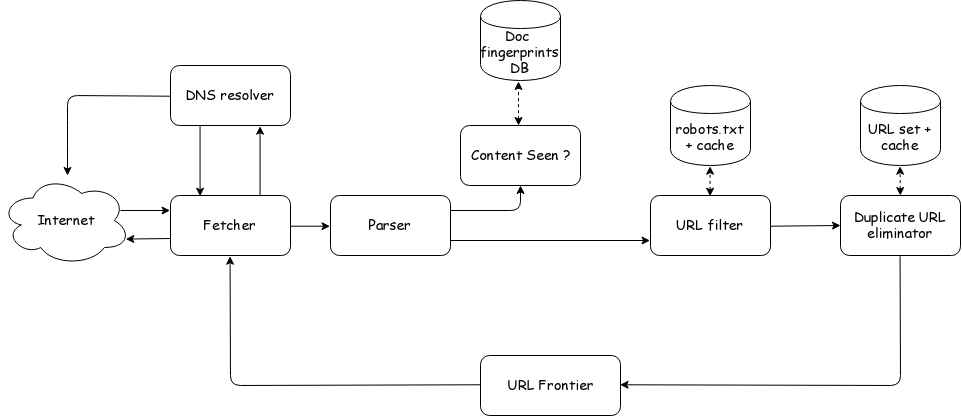
The draw.io diagram media/crawler/basic-crawler-architecture-v2.png in rihenperry/csuci-mscs-thesis-dist-web-crawler, before a commit. Source tidied: cells renumbered, new cells last; positions are measured from the earlier drawing's top-left corner, leaving out a move shared by most shapes. Its diagram source:
```xml
<mxGraphModel>
  <root>
    <mxCell id="0" />
    <mxCell id="1" parent="0" />
    <mxCell id="2" value="Internet" style="ellipse;shape=cloud;whiteSpace=wrap;html=1;fontFamily=Comic Sans MS;fontSize=14;" parent="1" vertex="1">
      <mxGeometry y="175" width="130" height="90" as="geometry" />
    </mxCell>
    <mxCell id="3" value="Fetcher" style="rounded=1;whiteSpace=wrap;html=1;fontFamily=Comic Sans MS;fontSize=14;labelBackgroundColor=none;fillColor=#FFFFFF;" parent="1" vertex="1">
      <mxGeometry x="170" y="195" width="120" height="60" as="geometry" />
    </mxCell>
    <mxCell id="4" value="DNS resolver" style="rounded=1;whiteSpace=wrap;html=1;fontFamily=Comic Sans MS;fontSize=14;labelBackgroundColor=none;fillColor=#FFFFFF;" parent="1" vertex="1">
      <mxGeometry x="170" y="65" width="120" height="60" as="geometry" />
    </mxCell>
    <mxCell id="5" value="Parser" style="rounded=1;whiteSpace=wrap;html=1;fontFamily=Comic Sans MS;fontSize=14;labelBackgroundColor=none;fillColor=#FFFFFF;" parent="1" vertex="1">
      <mxGeometry x="330" y="195" width="120" height="60" as="geometry" />
    </mxCell>
    <mxCell id="6" value="URL filter" style="rounded=1;whiteSpace=wrap;html=1;fontFamily=Comic Sans MS;fontSize=14;fillColor=#FFFFFF;" parent="1" vertex="1">
      <mxGeometry x="650" y="195" width="120" height="60" as="geometry" />
    </mxCell>
    <mxCell id="7" value="Duplicate URL eliminator" style="rounded=1;whiteSpace=wrap;html=1;fontFamily=Comic Sans MS;fontSize=14;fillColor=#FFFFFF;" parent="1" vertex="1">
      <mxGeometry x="840" y="195" width="120" height="60" as="geometry" />
    </mxCell>
    <mxCell id="8" value="URL Frontier" style="rounded=1;whiteSpace=wrap;html=1;fontFamily=Comic Sans MS;fontSize=14;" parent="1" vertex="1">
      <mxGeometry x="480" y="355" width="140" height="60" as="geometry" />
    </mxCell>
    <mxCell id="9" value="Doc&amp;nbsp;&lt;br style=&quot;font-size: 14px&quot;&gt;fingerprints&lt;br&gt;DB&lt;br style=&quot;font-size: 14px&quot;&gt;" style="shape=cylinder;whiteSpace=wrap;html=1;boundedLbl=1;backgroundOutline=1;fontFamily=Comic Sans MS;fontSize=14;" parent="1" vertex="1">
      <mxGeometry x="480" width="80" height="80" as="geometry" />
    </mxCell>
    <mxCell id="10" value="robots.txt + cache" style="shape=cylinder;whiteSpace=wrap;html=1;boundedLbl=1;backgroundOutline=1;fontFamily=Comic Sans MS;fontSize=14;" parent="1" vertex="1">
      <mxGeometry x="670" y="85" width="80" height="80" as="geometry" />
    </mxCell>
    <mxCell id="11" value="URL set + cache" style="shape=cylinder;whiteSpace=wrap;html=1;boundedLbl=1;backgroundOutline=1;fontFamily=Comic Sans MS;fontSize=14;" parent="1" vertex="1">
      <mxGeometry x="860" y="85" width="80" height="80" as="geometry" />
    </mxCell>
    <mxCell id="12" style="endArrow=classic;html=1;entryX=0.96;entryY=0.7;entryDx=0;entryDy=0;entryPerimeter=0;fontFamily=Comic Sans MS;" parent="1" edge="1" target="2">
      <mxGeometry relative="1" as="geometry">
        <mxPoint x="170" y="238" as="sourcePoint" />
      </mxGeometry>
    </mxCell>
    <mxCell id="13" style="endArrow=classic;html=1;entryX=0;entryY=0.25;entryDx=0;entryDy=0;fontFamily=Comic Sans MS;" parent="1" edge="1" target="3">
      <mxGeometry relative="1" as="geometry">
        <mxPoint x="120" y="210" as="sourcePoint" />
      </mxGeometry>
    </mxCell>
    <mxCell id="14" style="endArrow=classic;html=1;exitX=0.75;exitY=0;exitDx=0;exitDy=0;entryX=0.75;entryY=1;entryDx=0;entryDy=0;fontFamily=Comic Sans MS;" parent="1" edge="1" source="3" target="4">
      <mxGeometry relative="1" as="geometry" />
    </mxCell>
    <mxCell id="15" style="endArrow=classic;html=1;exitX=0.25;exitY=1;exitDx=0;exitDy=0;entryX=0.25;entryY=0;entryDx=0;entryDy=0;fontFamily=Comic Sans MS;" parent="1" edge="1" source="4" target="3">
      <mxGeometry relative="1" as="geometry" />
    </mxCell>
    <mxCell id="16" style="endArrow=classic;html=1;exitX=0;exitY=0.5;exitDx=0;exitDy=0;fontFamily=Comic Sans MS;" parent="1" edge="1" source="4">
      <mxGeometry relative="1" as="geometry">
        <mxPoint x="67" y="175" as="targetPoint" />
        <Array as="points">
          <mxPoint x="67" y="95" />
          <mxPoint x="67" y="135" />
        </Array>
      </mxGeometry>
    </mxCell>
    <mxCell id="17" style="endArrow=classic;html=1;entryX=0.5;entryY=1;entryDx=0;entryDy=0;exitX=0;exitY=0.5;exitDx=0;exitDy=0;fontFamily=Comic Sans MS;" parent="1" edge="1" source="8" target="3">
      <mxGeometry relative="1" as="geometry">
        <Array as="points">
          <mxPoint x="230" y="385" />
        </Array>
      </mxGeometry>
    </mxCell>
    <mxCell id="18" style="endArrow=classic;html=1;exitX=1;exitY=0.5;exitDx=0;exitDy=0;entryX=0;entryY=0.5;entryDx=0;entryDy=0;fontFamily=Comic Sans MS;" parent="1" edge="1" source="3" target="5">
      <mxGeometry relative="1" as="geometry" />
    </mxCell>
    <mxCell id="19" style="endArrow=classic;html=1;exitX=1;exitY=0.25;exitDx=0;exitDy=0;fontFamily=Comic Sans MS;" parent="1" edge="1" source="5" target="24">
      <mxGeometry relative="1" as="geometry">
        <Array as="points">
          <mxPoint x="520" y="210" />
        </Array>
      </mxGeometry>
    </mxCell>
    <mxCell id="20" style="endArrow=classic;html=1;entryX=1;entryY=0.5;entryDx=0;entryDy=0;fontFamily=Comic Sans MS;exitX=0.5;exitY=1;exitDx=0;exitDy=0;" parent="1" edge="1" source="7" target="8">
      <mxGeometry relative="1" as="geometry">
        <Array as="points">
          <mxPoint x="900" y="385" />
        </Array>
      </mxGeometry>
    </mxCell>
    <mxCell id="21" style="endArrow=classic;startArrow=classic;html=1;fontFamily=Comic Sans MS;dashed=1;" parent="1" edge="1">
      <mxGeometry relative="1" as="geometry">
        <mxPoint x="518" y="125" as="sourcePoint" />
        <mxPoint x="518" y="81" as="targetPoint" />
      </mxGeometry>
    </mxCell>
    <mxCell id="22" style="endArrow=classic;startArrow=classic;html=1;entryX=0.5;entryY=1;entryDx=0;entryDy=0;exitX=0.5;exitY=0;exitDx=0;exitDy=0;fontFamily=Comic Sans MS;dashed=1;" parent="1" edge="1" source="6" target="10">
      <mxGeometry relative="1" as="geometry" />
    </mxCell>
    <mxCell id="23" style="endArrow=classic;startArrow=classic;html=1;entryX=0.5;entryY=1;entryDx=0;entryDy=0;fontFamily=Comic Sans MS;dashed=1;" parent="1" edge="1" source="7" target="11">
      <mxGeometry relative="1" as="geometry" />
    </mxCell>
    <mxCell id="24" value="Content Seen ?" style="rounded=1;whiteSpace=wrap;html=1;fontFamily=Comic Sans MS;fontSize=14;fillColor=#FFFFFF;" parent="1" vertex="1">
      <mxGeometry x="460" y="125" width="120" height="60" as="geometry" />
    </mxCell>
    <mxCell id="25" style="endArrow=classic;html=1;exitX=1;exitY=0.75;exitDx=0;exitDy=0;entryX=0;entryY=0.75;entryDx=0;entryDy=0;" parent="1" edge="1" source="5" target="6">
      <mxGeometry relative="1" as="geometry" />
    </mxCell>
    <mxCell id="26" style="endArrow=classic;html=1;exitX=1;exitY=0.5;exitDx=0;exitDy=0;fontFamily=Comic Sans MS;" parent="1" edge="1" source="6">
      <mxGeometry relative="1" as="geometry">
        <mxPoint x="840" y="225" as="targetPoint" />
      </mxGeometry>
    </mxCell>
  </root>
</mxGraphModel>
```
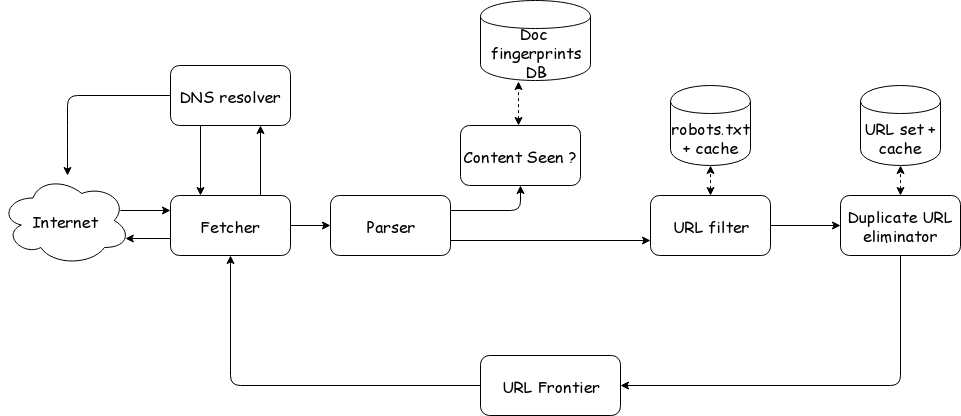
After the change.

Diff of the diagram source:
```diff
@@ -2,53 +2,53 @@
   <root>
     <mxCell id="0" />
     <mxCell id="1" parent="0" />
-    <mxCell id="2" value="Internet" style="ellipse;shape=cloud;whiteSpace=wrap;html=1;fontFamily=Comic Sans MS;fontSize=14;" parent="1" vertex="1">
+    <mxCell id="2" value="&lt;font style=&quot;font-size: 16px&quot;&gt;Internet&lt;/font&gt;" style="ellipse;shape=cloud;whiteSpace=wrap;html=1;fontFamily=Comic Sans MS;fontSize=14;" parent="1" vertex="1">
       <mxGeometry y="175" width="130" height="90" as="geometry" />
     </mxCell>
-    <mxCell id="3" value="Fetcher" style="rounded=1;whiteSpace=wrap;html=1;fontFamily=Comic Sans MS;fontSize=14;labelBackgroundColor=none;fillColor=#FFFFFF;" parent="1" vertex="1">
+    <mxCell id="3" value="Fetcher" style="rounded=1;whiteSpace=wrap;html=1;fontFamily=Comic Sans MS;fontSize=16;labelBackgroundColor=none;fillColor=#FFFFFF;" parent="1" vertex="1">
       <mxGeometry x="170" y="195" width="120" height="60" as="geometry" />
     </mxCell>
-    <mxCell id="4" value="DNS resolver" style="rounded=1;whiteSpace=wrap;html=1;fontFamily=Comic Sans MS;fontSize=14;labelBackgroundColor=none;fillColor=#FFFFFF;" parent="1" vertex="1">
+    <mxCell id="4" value="DNS resolver" style="rounded=1;whiteSpace=wrap;html=1;fontFamily=Comic Sans MS;fontSize=16;labelBackgroundColor=none;fillColor=#FFFFFF;" parent="1" vertex="1">
       <mxGeometry x="170" y="65" width="120" height="60" as="geometry" />
     </mxCell>
-    <mxCell id="5" value="Parser" style="rounded=1;whiteSpace=wrap;html=1;fontFamily=Comic Sans MS;fontSize=14;labelBackgroundColor=none;fillColor=#FFFFFF;" parent="1" vertex="1">
+    <mxCell id="5" value="Parser" style="rounded=1;whiteSpace=wrap;html=1;fontFamily=Comic Sans MS;fontSize=16;labelBackgroundColor=none;fillColor=#FFFFFF;" parent="1" vertex="1">
       <mxGeometry x="330" y="195" width="120" height="60" as="geometry" />
     </mxCell>
-    <mxCell id="6" value="URL filter" style="rounded=1;whiteSpace=wrap;html=1;fontFamily=Comic Sans MS;fontSize=14;fillColor=#FFFFFF;" parent="1" vertex="1">
+    <mxCell id="6" value="URL filter" style="rounded=1;whiteSpace=wrap;html=1;fontFamily=Comic Sans MS;fontSize=16;fillColor=#FFFFFF;" parent="1" vertex="1">
       <mxGeometry x="650" y="195" width="120" height="60" as="geometry" />
     </mxCell>
-    <mxCell id="7" value="Duplicate URL eliminator" style="rounded=1;whiteSpace=wrap;html=1;fontFamily=Comic Sans MS;fontSize=14;fillColor=#FFFFFF;" parent="1" vertex="1">
+    <mxCell id="7" value="Duplicate URL eliminator" style="rounded=1;whiteSpace=wrap;html=1;fontFamily=Comic Sans MS;fontSize=16;fillColor=#FFFFFF;" parent="1" vertex="1">
       <mxGeometry x="840" y="195" width="120" height="60" as="geometry" />
     </mxCell>
-    <mxCell id="8" value="URL Frontier" style="rounded=1;whiteSpace=wrap;html=1;fontFamily=Comic Sans MS;fontSize=14;" parent="1" vertex="1">
+    <mxCell id="8" value="URL Frontier" style="rounded=1;whiteSpace=wrap;html=1;fontFamily=Comic Sans MS;fontSize=16;" parent="1" vertex="1">
       <mxGeometry x="480" y="355" width="140" height="60" as="geometry" />
     </mxCell>
-    <mxCell id="9" value="Doc&amp;nbsp;&lt;br style=&quot;font-size: 14px&quot;&gt;fingerprints&lt;br&gt;DB&lt;br style=&quot;font-size: 14px&quot;&gt;" style="shape=cylinder;whiteSpace=wrap;html=1;boundedLbl=1;backgroundOutline=1;fontFamily=Comic Sans MS;fontSize=14;" parent="1" vertex="1">
-      <mxGeometry x="480" width="80" height="80" as="geometry" />
+    <mxCell id="9" value="Doc&amp;nbsp;&lt;br style=&quot;font-size: 16px;&quot;&gt;fingerprints&lt;br style=&quot;font-size: 16px;&quot;&gt;DB&lt;br style=&quot;font-size: 16px;&quot;&gt;" style="shape=cylinder;whiteSpace=wrap;html=1;boundedLbl=1;backgroundOutline=1;fontFamily=Comic Sans MS;fontSize=16;" parent="1" vertex="1">
+      <mxGeometry x="480" width="110" height="80" as="geometry" />
     </mxCell>
-    <mxCell id="10" value="robots.txt + cache" style="shape=cylinder;whiteSpace=wrap;html=1;boundedLbl=1;backgroundOutline=1;fontFamily=Comic Sans MS;fontSize=14;" parent="1" vertex="1">
+    <mxCell id="10" value="robots.txt + cache" style="shape=cylinder;whiteSpace=wrap;html=1;boundedLbl=1;backgroundOutline=1;fontFamily=Comic Sans MS;fontSize=16;" parent="1" vertex="1">
       <mxGeometry x="670" y="85" width="80" height="80" as="geometry" />
     </mxCell>
-    <mxCell id="11" value="URL set + cache" style="shape=cylinder;whiteSpace=wrap;html=1;boundedLbl=1;backgroundOutline=1;fontFamily=Comic Sans MS;fontSize=14;" parent="1" vertex="1">
+    <mxCell id="11" value="URL set + cache" style="shape=cylinder;whiteSpace=wrap;html=1;boundedLbl=1;backgroundOutline=1;fontFamily=Comic Sans MS;fontSize=16;" parent="1" vertex="1">
       <mxGeometry x="860" y="85" width="80" height="80" as="geometry" />
     </mxCell>
-    <mxCell id="12" style="endArrow=classic;html=1;entryX=0.96;entryY=0.7;entryDx=0;entryDy=0;entryPerimeter=0;fontFamily=Comic Sans MS;" parent="1" edge="1" target="2">
+    <mxCell id="12" style="endArrow=classic;html=1;entryX=0.96;entryY=0.7;entryDx=0;entryDy=0;entryPerimeter=0;fontFamily=Comic Sans MS;fontSize=16;" parent="1" edge="1" target="2">
       <mxGeometry relative="1" as="geometry">
         <mxPoint x="170" y="238" as="sourcePoint" />
       </mxGeometry>
     </mxCell>
-    <mxCell id="13" style="endArrow=classic;html=1;entryX=0;entryY=0.25;entryDx=0;entryDy=0;fontFamily=Comic Sans MS;" parent="1" edge="1" target="3">
+    <mxCell id="13" style="endArrow=classic;html=1;entryX=0;entryY=0.25;entryDx=0;entryDy=0;fontFamily=Comic Sans MS;fontSize=16;" parent="1" edge="1" target="3">
       <mxGeometry relative="1" as="geometry">
         <mxPoint x="120" y="210" as="sourcePoint" />
       </mxGeometry>
     </mxCell>
-    <mxCell id="14" style="endArrow=classic;html=1;exitX=0.75;exitY=0;exitDx=0;exitDy=0;entryX=0.75;entryY=1;entryDx=0;entryDy=0;fontFamily=Comic Sans MS;" parent="1" edge="1" source="3" target="4">
+    <mxCell id="14" style="endArrow=classic;html=1;exitX=0.75;exitY=0;exitDx=0;exitDy=0;entryX=0.75;entryY=1;entryDx=0;entryDy=0;fontFamily=Comic Sans MS;fontSize=16;" parent="1" edge="1" source="3" target="4">
       <mxGeometry relative="1" as="geometry" />
     </mxCell>
-    <mxCell id="15" style="endArrow=classic;html=1;exitX=0.25;exitY=1;exitDx=0;exitDy=0;entryX=0.25;entryY=0;entryDx=0;entryDy=0;fontFamily=Comic Sans MS;" parent="1" edge="1" source="4" target="3">
+    <mxCell id="15" style="endArrow=classic;html=1;exitX=0.25;exitY=1;exitDx=0;exitDy=0;entryX=0.25;entryY=0;entryDx=0;entryDy=0;fontFamily=Comic Sans MS;fontSize=16;" parent="1" edge="1" source="4" target="3">
       <mxGeometry relative="1" as="geometry" />
     </mxCell>
-    <mxCell id="16" style="endArrow=classic;html=1;exitX=0;exitY=0.5;exitDx=0;exitDy=0;fontFamily=Comic Sans MS;" parent="1" edge="1" source="4">
+    <mxCell id="16" style="endArrow=classic;html=1;exitX=0;exitY=0.5;exitDx=0;exitDy=0;fontFamily=Comic Sans MS;fontSize=16;" parent="1" edge="1" source="4">
       <mxGeometry relative="1" as="geometry">
         <mxPoint x="67" y="175" as="targetPoint" />
         <Array as="points">
@@ -57,49 +57,49 @@
         </Array>
       </mxGeometry>
     </mxCell>
-    <mxCell id="17" style="endArrow=classic;html=1;entryX=0.5;entryY=1;entryDx=0;entryDy=0;exitX=0;exitY=0.5;exitDx=0;exitDy=0;fontFamily=Comic Sans MS;" parent="1" edge="1" source="8" target="3">
+    <mxCell id="17" style="endArrow=classic;html=1;entryX=0.5;entryY=1;entryDx=0;entryDy=0;exitX=0;exitY=0.5;exitDx=0;exitDy=0;fontFamily=Comic Sans MS;fontSize=16;" parent="1" edge="1" source="8" target="3">
       <mxGeometry relative="1" as="geometry">
         <Array as="points">
           <mxPoint x="230" y="385" />
         </Array>
       </mxGeometry>
     </mxCell>
-    <mxCell id="18" style="endArrow=classic;html=1;exitX=1;exitY=0.5;exitDx=0;exitDy=0;entryX=0;entryY=0.5;entryDx=0;entryDy=0;fontFamily=Comic Sans MS;" parent="1" edge="1" source="3" target="5">
+    <mxCell id="18" style="endArrow=classic;html=1;exitX=1;exitY=0.5;exitDx=0;exitDy=0;entryX=0;entryY=0.5;entryDx=0;entryDy=0;fontFamily=Comic Sans MS;fontSize=16;" parent="1" edge="1" source="3" target="5">
       <mxGeometry relative="1" as="geometry" />
     </mxCell>
-    <mxCell id="19" style="endArrow=classic;html=1;exitX=1;exitY=0.25;exitDx=0;exitDy=0;fontFamily=Comic Sans MS;" parent="1" edge="1" source="5" target="24">
+    <mxCell id="19" style="endArrow=classic;html=1;exitX=1;exitY=0.25;exitDx=0;exitDy=0;fontFamily=Comic Sans MS;fontSize=16;" parent="1" edge="1" source="5" target="24">
       <mxGeometry relative="1" as="geometry">
         <Array as="points">
           <mxPoint x="520" y="210" />
         </Array>
       </mxGeometry>
     </mxCell>
-    <mxCell id="20" style="endArrow=classic;html=1;entryX=1;entryY=0.5;entryDx=0;entryDy=0;fontFamily=Comic Sans MS;exitX=0.5;exitY=1;exitDx=0;exitDy=0;" parent="1" edge="1" source="7" target="8">
+    <mxCell id="20" style="endArrow=classic;html=1;entryX=1;entryY=0.5;entryDx=0;entryDy=0;fontFamily=Comic Sans MS;exitX=0.5;exitY=1;exitDx=0;exitDy=0;fontSize=16;" parent="1" edge="1" source="7" target="8">
       <mxGeometry relative="1" as="geometry">
         <Array as="points">
           <mxPoint x="900" y="385" />
         </Array>
       </mxGeometry>
     </mxCell>
-    <mxCell id="21" style="endArrow=classic;startArrow=classic;html=1;fontFamily=Comic Sans MS;dashed=1;" parent="1" edge="1">
+    <mxCell id="21" style="endArrow=classic;startArrow=classic;html=1;fontFamily=Comic Sans MS;dashed=1;fontSize=16;" parent="1" edge="1">
       <mxGeometry relative="1" as="geometry">
         <mxPoint x="518" y="125" as="sourcePoint" />
         <mxPoint x="518" y="81" as="targetPoint" />
       </mxGeometry>
     </mxCell>
-    <mxCell id="22" style="endArrow=classic;startArrow=classic;html=1;entryX=0.5;entryY=1;entryDx=0;entryDy=0;exitX=0.5;exitY=0;exitDx=0;exitDy=0;fontFamily=Comic Sans MS;dashed=1;" parent="1" edge="1" source="6" target="10">
+    <mxCell id="22" style="endArrow=classic;startArrow=classic;html=1;entryX=0.5;entryY=1;entryDx=0;entryDy=0;exitX=0.5;exitY=0;exitDx=0;exitDy=0;fontFamily=Comic Sans MS;dashed=1;fontSize=16;" parent="1" edge="1" source="6" target="10">
       <mxGeometry relative="1" as="geometry" />
     </mxCell>
-    <mxCell id="23" style="endArrow=classic;startArrow=classic;html=1;entryX=0.5;entryY=1;entryDx=0;entryDy=0;fontFamily=Comic Sans MS;dashed=1;" parent="1" edge="1" source="7" target="11">
+    <mxCell id="23" style="endArrow=classic;startArrow=classic;html=1;entryX=0.5;entryY=1;entryDx=0;entryDy=0;fontFamily=Comic Sans MS;dashed=1;fontSize=16;" parent="1" edge="1" source="7" target="11">
       <mxGeometry relative="1" as="geometry" />
     </mxCell>
-    <mxCell id="24" value="Content Seen ?" style="rounded=1;whiteSpace=wrap;html=1;fontFamily=Comic Sans MS;fontSize=14;fillColor=#FFFFFF;" parent="1" vertex="1">
+    <mxCell id="24" value="Content Seen ?" style="rounded=1;whiteSpace=wrap;html=1;fontFamily=Comic Sans MS;fontSize=16;fillColor=#FFFFFF;" parent="1" vertex="1">
       <mxGeometry x="460" y="125" width="120" height="60" as="geometry" />
     </mxCell>
-    <mxCell id="25" style="endArrow=classic;html=1;exitX=1;exitY=0.75;exitDx=0;exitDy=0;entryX=0;entryY=0.75;entryDx=0;entryDy=0;" parent="1" edge="1" source="5" target="6">
+    <mxCell id="25" style="endArrow=classic;html=1;exitX=1;exitY=0.75;exitDx=0;exitDy=0;entryX=0;entryY=0.75;entryDx=0;entryDy=0;fontSize=16;" parent="1" edge="1" source="5" target="6">
       <mxGeometry relative="1" as="geometry" />
     </mxCell>
-    <mxCell id="26" style="endArrow=classic;html=1;exitX=1;exitY=0.5;exitDx=0;exitDy=0;fontFamily=Comic Sans MS;" parent="1" edge="1" source="6">
+    <mxCell id="26" style="endArrow=classic;html=1;exitX=1;exitY=0.5;exitDx=0;exitDy=0;fontFamily=Comic Sans MS;fontSize=16;" parent="1" edge="1" source="6">
       <mxGeometry relative="1" as="geometry">
         <mxPoint x="840" y="225" as="targetPoint" />
       </mxGeometry>
```
